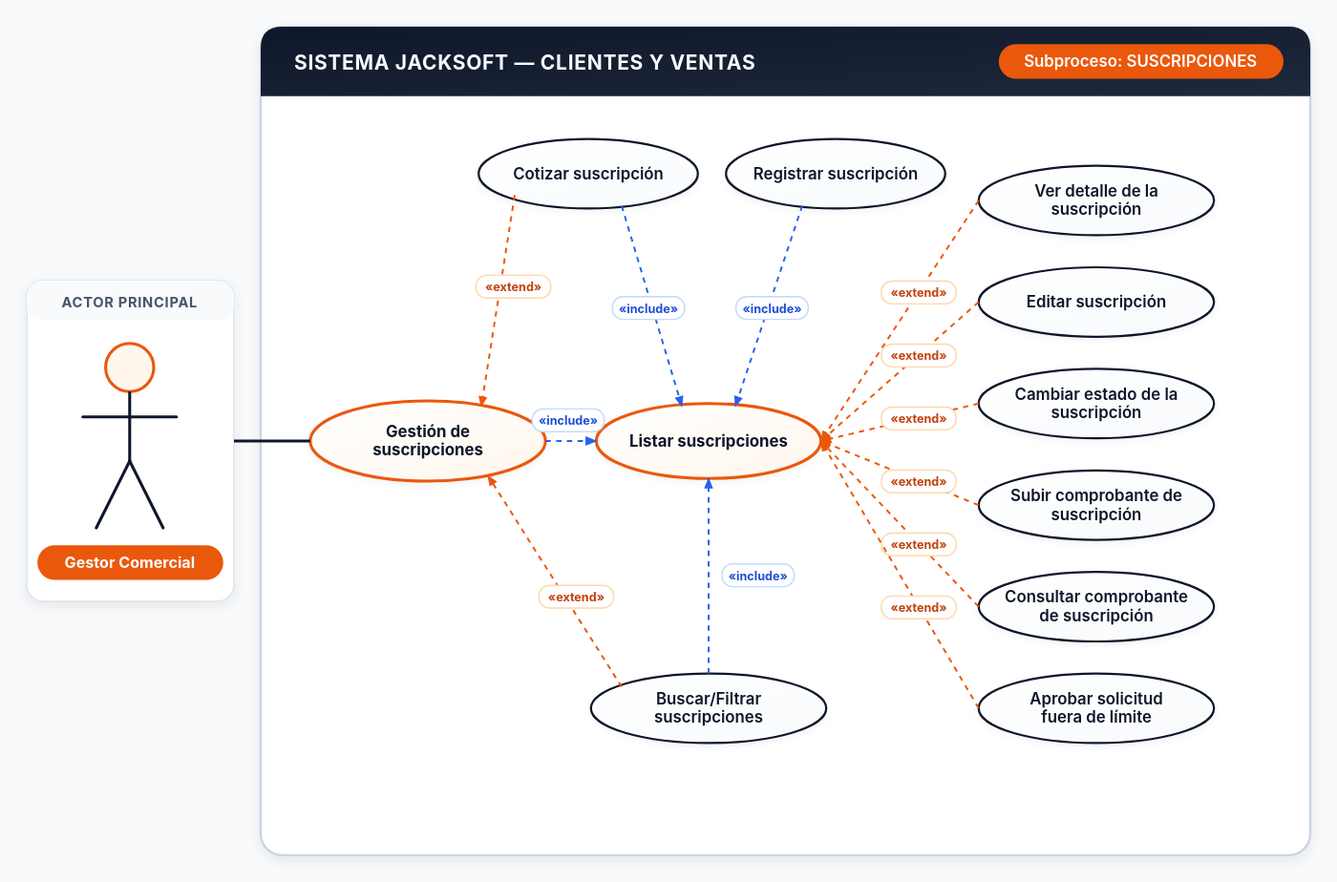
alejandrogomezmesa1/Documentacion_JackSoft keeps this PlantUML diagram as Diagramas_SVG/SUSCRIPCIONES.svg. Above is the earlier version. Its source is kept beside it as Diagramas_PUML/SUSCRIPCIONES.puml. The source it was exported from:
```plantuml
@startuml
left to right direction
skinparam packageStyle rectangle
skinparam nodesep 50
skinparam ranksep 70
skinparam shadowing true
skinparam defaultFontName "Inter, Arial, sans-serif"

skinparam actor {
  BorderColor #0f172a
  BackgroundColor #fff7ed
}

skinparam usecase {
  BackgroundColor #ffffff
  BorderColor #0f172a
  ArrowColor #ea580c
}

skinparam usecase<<hub>> {
  BackgroundColor #fff7ed
  BorderColor #ea580c
}

actor "Gestor Comercial" as actor_user

rectangle "SISTEMA JACKSOFT — CLIENTES Y VENTAS (SUSCRIPCIONES)" {
  usecase "Gestión de suscripciones" as UC_Hub <<hub>>
  usecase "Listar suscripciones" as UC_Central <<hub>>
  usecase "Cotizar suscripción" as UC_Top1
  usecase "Registrar suscripción" as UC_Top2
  usecase "Buscar/Filtrar suscripciones" as UC_Bot1
  usecase "Ver detalle de la suscripción" as UC_R1
  usecase "Editar suscripción" as UC_R2
  usecase "Cambiar estado de la suscripción" as UC_R3
  usecase "Subir comprobante de suscripción" as UC_R4
  usecase "Consultar comprobante de suscripción" as UC_R5
  usecase "Aprobar solicitud fuera de límite" as UC_R6
}

actor_user --> UC_Hub
UC_Hub .> UC_Central : <<include>>
UC_Top1 ..> UC_Hub : <<extend>>
UC_Top1 .> UC_Central : <<include>>
UC_Top2 .> UC_Central : <<include>>
UC_Bot1 ..> UC_Hub : <<extend>>
UC_Bot1 .> UC_Central : <<include>>
UC_R1 ..> UC_Central : <<extend>>
UC_R2 ..> UC_Central : <<extend>>
UC_R3 ..> UC_Central : <<extend>>
UC_R4 ..> UC_Central : <<extend>>
UC_R5 ..> UC_Central : <<extend>>
UC_R6 ..> UC_Central : <<extend>>
@enduml
```
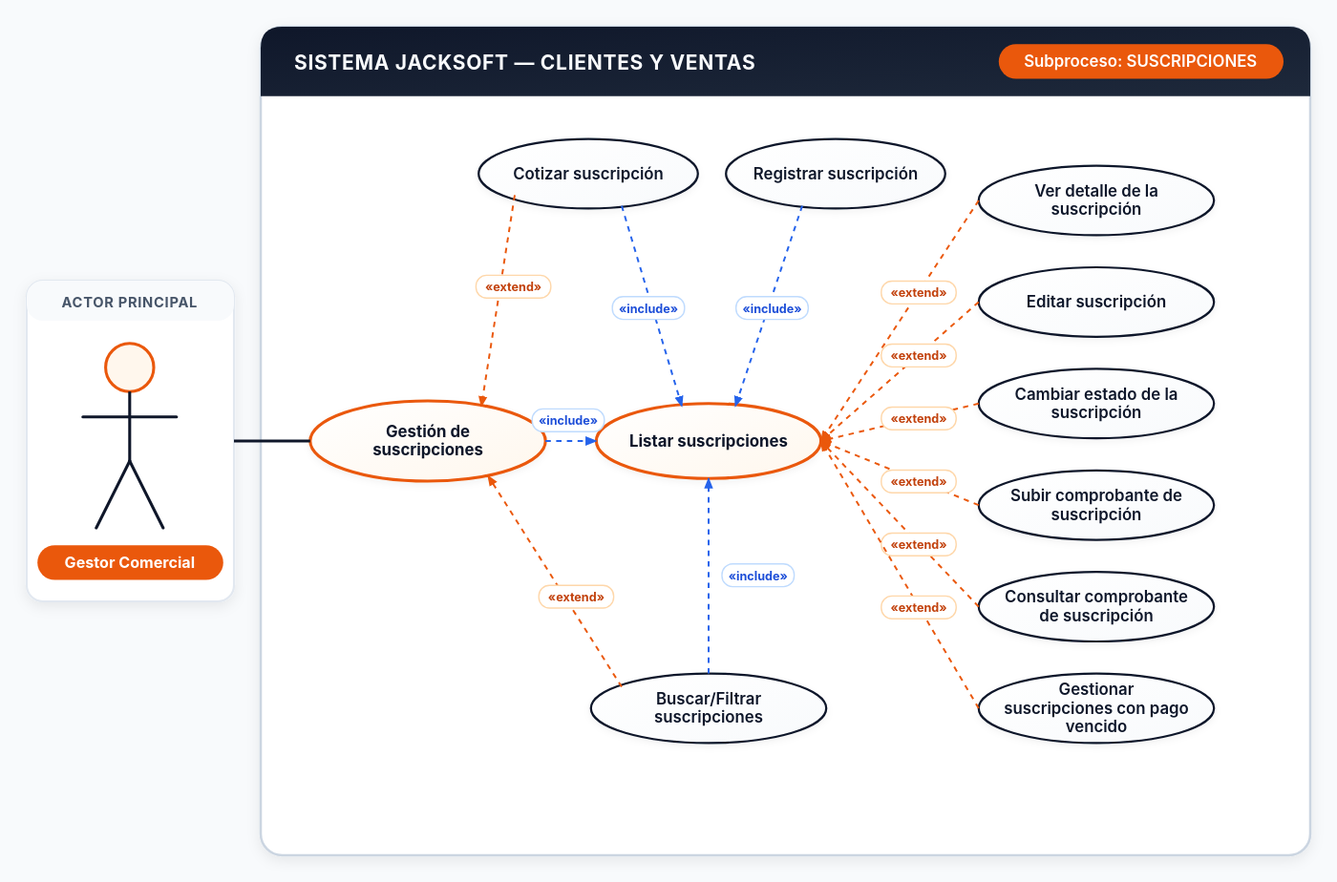
Above is the later version.

Change to the diagram source:
```diff
@@ -35,7 +35,7 @@
   usecase "Cambiar estado de la suscripción" as UC_R3
   usecase "Subir comprobante de suscripción" as UC_R4
   usecase "Consultar comprobante de suscripción" as UC_R5
-  usecase "Aprobar solicitud fuera de límite" as UC_R6
+  usecase "Gestionar suscripciones con pago vencido" as UC_R6
 }
 
 actor_user --> UC_Hub
```
